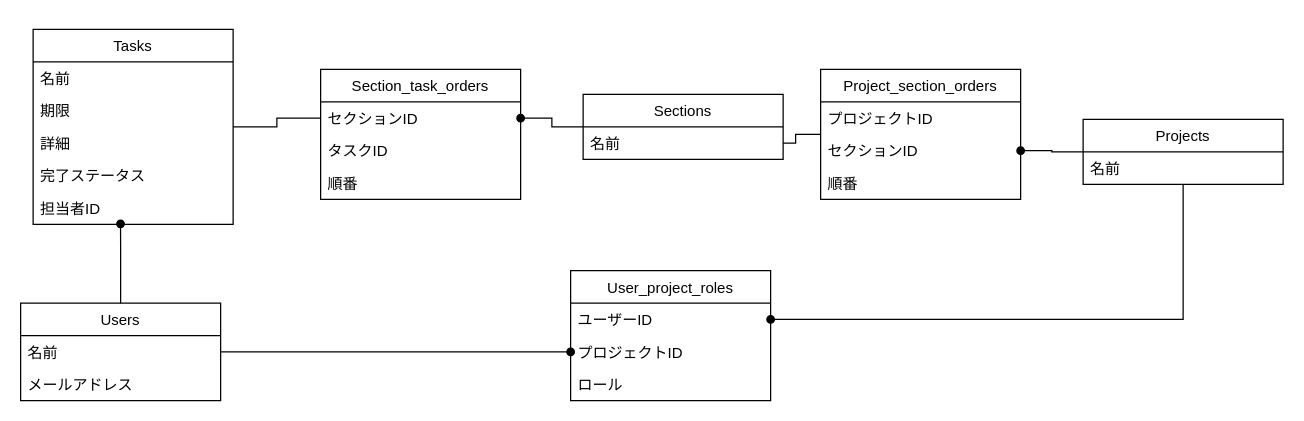
lazytrainer09/sakana-api keeps this draw.io diagram as documents/er-diagram.drawio. Above is the earlier version. Source tidied: cells renumbered, new cells numbered last; positions are measured from the earlier drawing's top-left corner, leaving out a move shared by most shapes. Both pictures are drawn from the tidied source at 125%, with x=0, y=0 at pixel (20, 29).
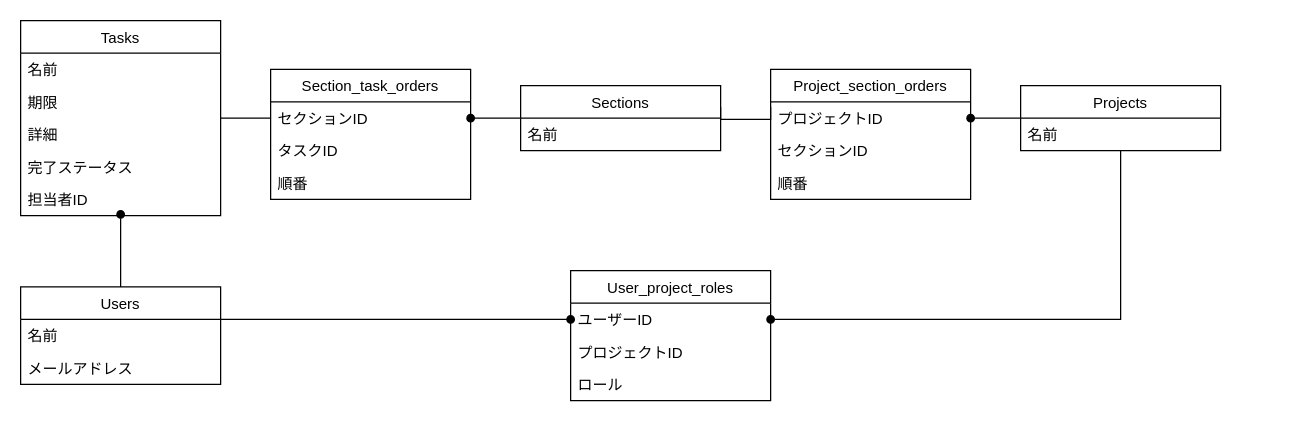
The same page after the edit.

Commit message:
Fix lines of documents/er-diagram.drawio

The change refers to these unchanged cells:
```xml
<mxCell id="8" value="担当者ID" style="text;strokeColor=none;fillColor=none;align=left;verticalAlign=top;spacingLeft=4;spacingRight=4;overflow=hidden;points=[[0,0.5],[1,0.5]];portConstraint=eastwest;" parent="3" vertex="1">
  <mxGeometry y="130" width="160" height="26" as="geometry" />
</mxCell>
<mxCell id="11" value="名前" style="text;strokeColor=none;fillColor=none;align=left;verticalAlign=top;spacingLeft=4;spacingRight=4;overflow=hidden;points=[[0,0.5],[1,0.5]];portConstraint=eastwest;" parent="10" vertex="1">
  <mxGeometry y="26" width="160" height="26" as="geometry" />
</mxCell>
<mxCell id="13" value="セクションID" style="text;strokeColor=none;fillColor=none;align=left;verticalAlign=top;spacingLeft=4;spacingRight=4;overflow=hidden;points=[[0,0.5],[1,0.5]];portConstraint=eastwest;" parent="12" vertex="1">
  <mxGeometry y="26" width="160" height="26" as="geometry" />
</mxCell>
<mxCell id="27" value="プロジェクトID" style="text;strokeColor=none;fillColor=none;align=left;verticalAlign=top;spacingLeft=4;spacingRight=4;overflow=hidden;points=[[0,0.5],[1,0.5]];portConstraint=eastwest;" parent="26" vertex="1">
  <mxGeometry y="26" width="160" height="26" as="geometry" />
</mxCell>
<mxCell id="28" value="セクションID" style="text;strokeColor=none;fillColor=none;align=left;verticalAlign=top;spacingLeft=4;spacingRight=4;overflow=hidden;points=[[0,0.5],[1,0.5]];portConstraint=eastwest;" parent="26" vertex="1">
  <mxGeometry y="52" width="160" height="26" as="geometry" />
</mxCell>
<mxCell id="31" value="ユーザーID" style="text;strokeColor=none;fillColor=none;align=left;verticalAlign=top;spacingLeft=4;spacingRight=4;overflow=hidden;points=[[0,0.5],[1,0.5]];portConstraint=eastwest;" parent="30" vertex="1">
  <mxGeometry y="26" width="160" height="26" as="geometry" />
</mxCell>
<mxCell id="32" value="プロジェクトID" style="text;strokeColor=none;fillColor=none;align=left;verticalAlign=top;spacingLeft=4;spacingRight=4;overflow=hidden;points=[[0,0.5],[1,0.5]];portConstraint=eastwest;" parent="30" vertex="1">
  <mxGeometry y="52" width="160" height="26" as="geometry" />
</mxCell>
```

Change to the diagram source:
```diff
@@
     <mxCell id="3" value="Tasks" style="swimlane;fontStyle=0;horizontal=1;startSize=26;fillColor=none;rounded=0;" parent="1" vertex="1">
-      <mxGeometry x="10" width="160" height="156" as="geometry" />
+      <mxGeometry y="-7" width="160" height="156" as="geometry" />
     </mxCell>
@@
     <mxCell id="9" style="edgeStyle=orthogonalEdgeStyle;rounded=0;jettySize=auto;html=1;endArrow=oval;endFill=1;targetPerimeterSpacing=0;strokeWidth=1;" parent="1" edge="1" source="10" target="13">
-      <mxGeometry relative="1" as="geometry" />
+      <mxGeometry relative="1" as="geometry">
+        <Array as="points">
+          <mxPoint x="380" y="71" />
+          <mxPoint x="380" y="71" />
+        </Array>
+      </mxGeometry>
     </mxCell>
     <mxCell id="10" value="Sections" style="swimlane;fontStyle=0;horizontal=1;startSize=26;fillColor=none;rounded=0;" parent="1" vertex="1">
-      <mxGeometry x="450" y="52" width="160" height="52" as="geometry" />
+      <mxGeometry x="400" y="45" width="160" height="52" as="geometry" />
     </mxCell>
@@
     <mxCell id="12" value="Section_task_orders" style="swimlane;fontStyle=0;horizontal=1;startSize=26;fillColor=none;rounded=0;" parent="1" vertex="1">
-      <mxGeometry x="240" y="32" width="160" height="104" as="geometry" />
+      <mxGeometry x="200" y="32" width="160" height="104" as="geometry" />
     </mxCell>
@@
-    <mxCell id="16" style="edgeStyle=orthogonalEdgeStyle;rounded=0;jettySize=auto;html=1;endArrow=oval;endFill=1;targetPerimeterSpacing=0;strokeWidth=1;" parent="1" edge="1" source="18" target="32">
-      <mxGeometry relative="1" as="geometry" />
+    <mxCell id="16" style="edgeStyle=orthogonalEdgeStyle;rounded=0;jettySize=auto;html=1;endArrow=oval;endFill=1;targetPerimeterSpacing=0;strokeWidth=1;entryX=0;entryY=0.5;entryDx=0;entryDy=0;" parent="1" edge="1" source="18" target="31">
+      <mxGeometry relative="1" as="geometry">
+        <Array as="points">
+          <mxPoint x="230" y="232" />
+          <mxPoint x="230" y="232" />
+        </Array>
+      </mxGeometry>
     </mxCell>
-    <mxCell id="17" style="edgeStyle=orthogonalEdgeStyle;rounded=0;jettySize=auto;html=1;endArrow=oval;endFill=1;targetPerimeterSpacing=0;strokeWidth=1;entryX=0.437;entryY=0.982;entryDx=0;entryDy=0;entryPerimeter=0;" parent="1" edge="1" source="18" target="8">
+    <mxCell id="17" style="edgeStyle=orthogonalEdgeStyle;rounded=0;jettySize=auto;html=1;endArrow=oval;endFill=1;targetPerimeterSpacing=0;strokeWidth=1;" parent="1" edge="1" source="18">
       <mxGeometry relative="1" as="geometry">
+        <mxPoint x="80" y="148" as="targetPoint" />
         <Array as="points">
           <mxPoint x="80" y="172" />
           <mxPoint x="80" y="172" />
         </Array>
       </mxGeometry>
     </mxCell>
     <mxCell id="18" value="Users" style="swimlane;fontStyle=0;horizontal=1;startSize=26;fillColor=none;rounded=0;" parent="1" vertex="1">
-      <mxGeometry y="219" width="160" height="78" as="geometry" />
+      <mxGeometry y="206" width="160" height="78" as="geometry" />
     </mxCell>
@@
-    <mxCell id="21" style="edgeStyle=orthogonalEdgeStyle;rounded=0;jettySize=auto;html=1;endArrow=oval;endFill=1;targetPerimeterSpacing=0;strokeWidth=1;" parent="1" edge="1" source="23" target="28">
+    <mxCell id="21" style="edgeStyle=orthogonalEdgeStyle;rounded=0;jettySize=auto;html=1;endArrow=oval;endFill=1;targetPerimeterSpacing=0;strokeWidth=1;entryX=1;entryY=0.5;entryDx=0;entryDy=0;" parent="1" edge="1" source="23" target="27">
       <mxGeometry relative="1" as="geometry" />
     </mxCell>
     <mxCell id="22" style="edgeStyle=orthogonalEdgeStyle;rounded=0;jettySize=auto;html=1;endArrow=oval;endFill=1;targetPerimeterSpacing=0;strokeWidth=1;" parent="1" edge="1" source="23" target="31">
-      <mxGeometry relative="1" as="geometry" />
+      <mxGeometry relative="1" as="geometry">
+        <Array as="points">
+          <mxPoint x="880" y="232" />
+        </Array>
+      </mxGeometry>
     </mxCell>
     <mxCell id="23" value="Projects" style="swimlane;fontStyle=0;horizontal=1;startSize=26;fillColor=none;rounded=0;" parent="1" vertex="1">
-      <mxGeometry x="850" y="72" width="160" height="52" as="geometry" />
+      <mxGeometry x="800" y="45" width="160" height="52" as="geometry" />
     </mxCell>
@@
-    <mxCell id="25" style="edgeStyle=orthogonalEdgeStyle;rounded=0;jettySize=auto;html=1;endArrow=none;endFill=0;targetPerimeterSpacing=0;strokeWidth=1;" parent="1" edge="1" source="26" target="11">
-      <mxGeometry relative="1" as="geometry" />
+    <mxCell id="25" style="edgeStyle=orthogonalEdgeStyle;rounded=0;orthogonalLoop=1;jettySize=auto;html=1;endArrow=none;endFill=0;targetPerimeterSpacing=0;strokeWidth=1;" parent="1" edge="1">
+      <mxGeometry relative="1" as="geometry">
+        <mxPoint x="600" y="62" as="sourcePoint" />
+        <mxPoint x="560" y="62" as="targetPoint" />
+        <Array as="points">
+          <mxPoint x="600" y="72" />
+          <mxPoint x="560" y="72" />
+        </Array>
+      </mxGeometry>
     </mxCell>
     <mxCell id="26" value="Project_section_orders" style="swimlane;fontStyle=0;horizontal=1;startSize=26;fillColor=none;rounded=0;" parent="1" vertex="1">
-      <mxGeometry x="640" y="32" width="160" height="104" as="geometry" />
+      <mxGeometry x="600" y="32" width="160" height="104" as="geometry" />
     </mxCell>
```
